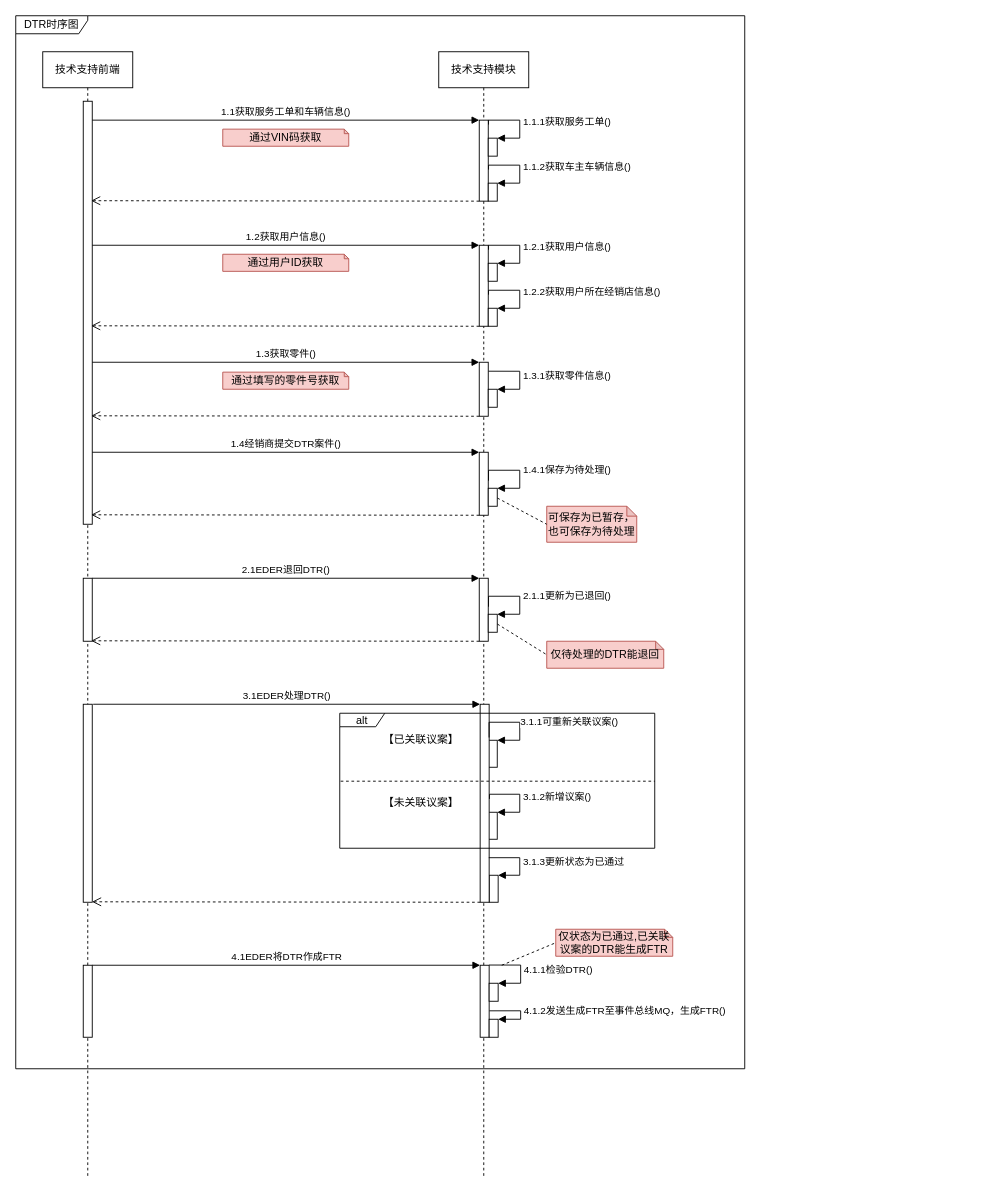
Before: page "DTR时序图" (1 of 5) of images/DTR时序图.drawio in 1132489442/designer, a draw.io diagram. Source tidied: cells renumbered, new cells numbered last; positions are measured from the earlier drawing's top-left corner, leaving out a move shared by most shapes. Both pictures are drawn from the tidied source at 90%, with x=0, y=0 at pixel (15, 15).
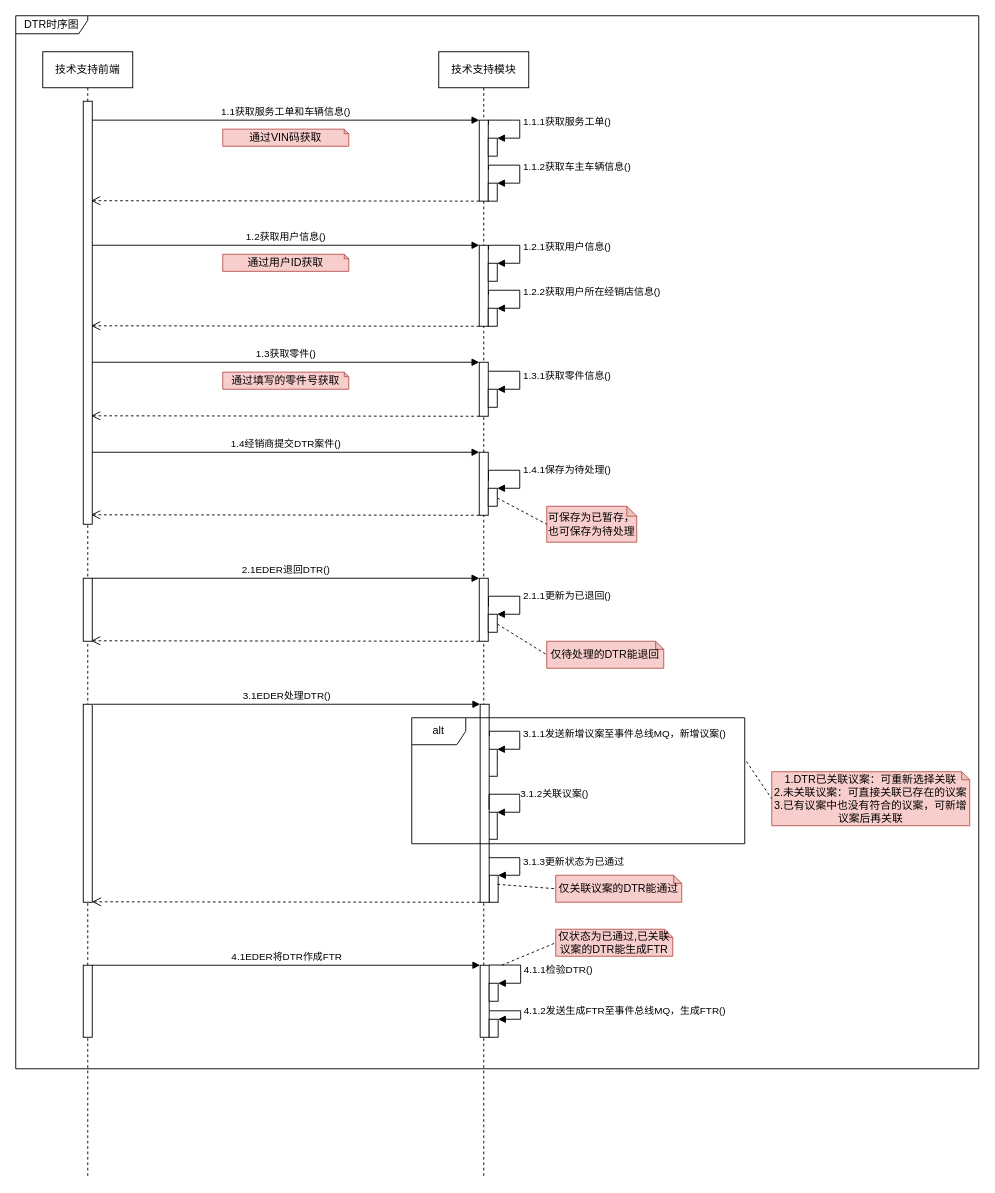
After the change.

Unchanged cells that the change refers to:
```xml
<mxCell id="2" value="技术支持模块" style="shape=umlLifeline;perimeter=lifelinePerimeter;whiteSpace=wrap;html=1;" parent="1" vertex="1">
  <mxGeometry x="470" y="40" width="100" height="1250" as="geometry" />
</mxCell>
<mxCell id="8" style="html=1;points=[];perimeter=orthogonalPerimeter;fillColor=#FFFFFF;" parent="2" vertex="1">
  <mxGeometry x="56" y="915" width="10" height="30" as="geometry" />
</mxCell>
<mxCell id="43" style="html=1;points=[];perimeter=orthogonalPerimeter;" parent="1" vertex="1">
  <mxGeometry x="516" y="765" width="10" height="220" as="geometry" />
</mxCell>
```

Change to the diagram source:
```diff
@@
     <mxCell id="6" style="html=1;points=[];perimeter=orthogonalPerimeter;fillColor=#FFFFFF;" parent="2" vertex="1">
-      <mxGeometry x="55" y="765" width="10" height="30" as="geometry" />
+      <mxGeometry x="55" y="845" width="10" height="30" as="geometry" />
     </mxCell>
     <mxCell id="7" style="html=1;points=[];perimeter=orthogonalPerimeter;fillColor=#FFFFFF;" parent="2" vertex="1">
-      <mxGeometry x="55" y="845" width="10" height="30" as="geometry" />
+      <mxGeometry x="55" y="775" width="10" height="30" as="geometry" />
     </mxCell>
@@
-    <mxCell id="46" value="3.1.1可重新关联议案()" style="edgeStyle=orthogonalEdgeStyle;html=1;align=left;spacingLeft=2;endArrow=block;rounded=0;entryX=1;entryY=0;exitX=0.993;exitY=0.168;exitDx=0;exitDy=0;exitPerimeter=0;" parent="1" edge="1" source="43" target="6">
+    <mxCell id="46" value="3.1.2关联议案()" style="edgeStyle=orthogonalEdgeStyle;html=1;align=left;spacingLeft=2;endArrow=block;rounded=0;entryX=1;entryY=0;exitX=0.993;exitY=0.168;exitDx=0;exitDy=0;exitPerimeter=0;" parent="1" edge="1" target="6">
       <mxGeometry relative="1" as="geometry">
+        <mxPoint x="525.9" y="882" as="sourcePoint" />
         <Array as="points">
-          <mxPoint x="560" y="785" />
-          <mxPoint x="560" y="805" />
+          <mxPoint x="560" y="865" />
+          <mxPoint x="560" y="885" />
         </Array>
       </mxGeometry>
     </mxCell>
-    <mxCell id="47" value="3.1.2新增议案()" style="edgeStyle=orthogonalEdgeStyle;html=1;align=left;spacingLeft=2;endArrow=block;rounded=0;entryX=1;entryY=0;exitX=1.035;exitY=0.478;exitDx=0;exitDy=0;exitPerimeter=0;" parent="1" edge="1" source="43" target="7">
+    <mxCell id="47" value="3.1.1发送新增议案至事件总线MQ，新增议案()" style="edgeStyle=orthogonalEdgeStyle;html=1;align=left;spacingLeft=2;endArrow=block;rounded=0;entryX=1;entryY=0;exitX=1.035;exitY=0.478;exitDx=0;exitDy=0;exitPerimeter=0;" parent="1" edge="1">
       <mxGeometry relative="1" as="geometry">
+        <mxPoint x="526.3" y="800.2" as="sourcePoint" />
+        <mxPoint x="535" y="815" as="targetPoint" />
         <Array as="points">
-          <mxPoint x="560" y="865" />
-          <mxPoint x="560" y="885" />
+          <mxPoint x="560" y="795" />
+          <mxPoint x="560" y="815" />
         </Array>
       </mxGeometry>
     </mxCell>
-    <mxCell id="48" style="line;strokeWidth=1;fillColor=none;align=left;verticalAlign=middle;spacingTop=-1;spacingLeft=3;spacingRight=3;labelPosition=right;dashed=1;" parent="1" vertex="1">
-      <mxGeometry x="361" y="846" width="349" height="9" as="geometry" />
-    </mxCell>
-    <mxCell id="49" value="【已关联议案】" style="text;html=1;align=center;verticalAlign=middle;strokeColor=none;fillColor=none;" parent="1" vertex="1">
-      <mxGeometry x="400" y="795" width="100" height="20" as="geometry" />
-    </mxCell>
-    <mxCell id="50" value="【未关联议案】" style="text;html=1;align=center;verticalAlign=middle;strokeColor=none;fillColor=none;" parent="1" vertex="1">
-      <mxGeometry x="400" y="865" width="100" height="20" as="geometry" />
-    </mxCell>
-    <mxCell id="51" value="alt" style="shape=umlFrame;whiteSpace=wrap;html=1;fillColor=#FFFFFF;width=50;height=15;" parent="1" vertex="1">
-      <mxGeometry x="360" y="775" width="350" height="150" as="geometry" />
-    </mxCell>
-    <mxCell id="52" value="3.1.3更新状态为已通过" style="edgeStyle=orthogonalEdgeStyle;html=1;align=left;spacingLeft=2;endArrow=block;rounded=0;entryX=1;entryY=0;exitX=0.96;exitY=0.775;exitDx=0;exitDy=0;exitPerimeter=0;" parent="1" edge="1" source="43" target="8">
+    <mxCell id="52" value="3.1.3更新状态为已通过" style="edgeStyle=orthogonalEdgeStyle;html=1;align=left;spacingLeft=2;endArrow=block;rounded=0;entryX=1;entryY=0;exitX=0.96;exitY=0.775;exitDx=0;exitDy=0;exitPerimeter=0;" parent="1" edge="1" target="8">
       <mxGeometry relative="1" as="geometry">
+        <mxPoint x="525.6" y="935.5" as="sourcePoint" />
         <Array as="points">
           <mxPoint x="560" y="936" />
           <mxPoint x="560" y="955" />
         </Array>
       </mxGeometry>
     </mxCell>
@@
     <mxCell id="65" value="DTR时序图" style="shape=umlFrame;whiteSpace=wrap;html=1;fillColor=#FFFFFF;width=80;height=20;" parent="1" vertex="1">
-      <mxGeometry width="810" height="1170" as="geometry" />
+      <mxGeometry width="1070" height="1170" as="geometry" />
     </mxCell>
+    <mxCell id="51" value="alt" style="shape=umlFrame;whiteSpace=wrap;html=1;fillColor=#FFFFFF;" parent="1" vertex="1">
+      <mxGeometry x="440" y="780" width="370" height="140" as="geometry" />
+    </mxCell>
+    <mxCell id="66" value="1.DTR已关联议案：可重新选择关联&lt;br&gt;2.未关联议案：可直接关联已存在的议案&lt;br&gt;3.已有议案中也没有符合的议案，可新增议案后再关联" style="shape=note;whiteSpace=wrap;html=1;backgroundOutline=1;darkOpacity=0.05;fillColor=#f8cecc;strokeColor=#b85450;size=9;" parent="1" vertex="1">
+      <mxGeometry x="840" y="840" width="220" height="60" as="geometry" />
+    </mxCell>
+    <mxCell id="67" style="endArrow=none;dashed=1;html=1;rounded=0;entryX=0;entryY=0.5;entryDx=0;entryDy=0;entryPerimeter=0;exitX=1.005;exitY=0.347;exitDx=0;exitDy=0;exitPerimeter=0;" parent="1" edge="1" source="51" target="66">
+      <mxGeometry relative="1" as="geometry" />
+    </mxCell>
+    <mxCell id="68" value="仅关联议案的DTR能通过" style="shape=note;whiteSpace=wrap;html=1;backgroundOutline=1;darkOpacity=0.05;fillColor=#f8cecc;strokeColor=#b85450;size=9;" parent="1" vertex="1">
+      <mxGeometry x="600" y="955" width="140" height="30" as="geometry" />
+    </mxCell>
+    <mxCell id="69" style="endArrow=none;dashed=1;html=1;rounded=0;entryX=0;entryY=0.5;entryDx=0;entryDy=0;entryPerimeter=0;exitX=0.912;exitY=0.337;exitDx=0;exitDy=0;exitPerimeter=0;" parent="1" edge="1" source="8" target="68">
+      <mxGeometry relative="1" as="geometry" />
+    </mxCell>
```
